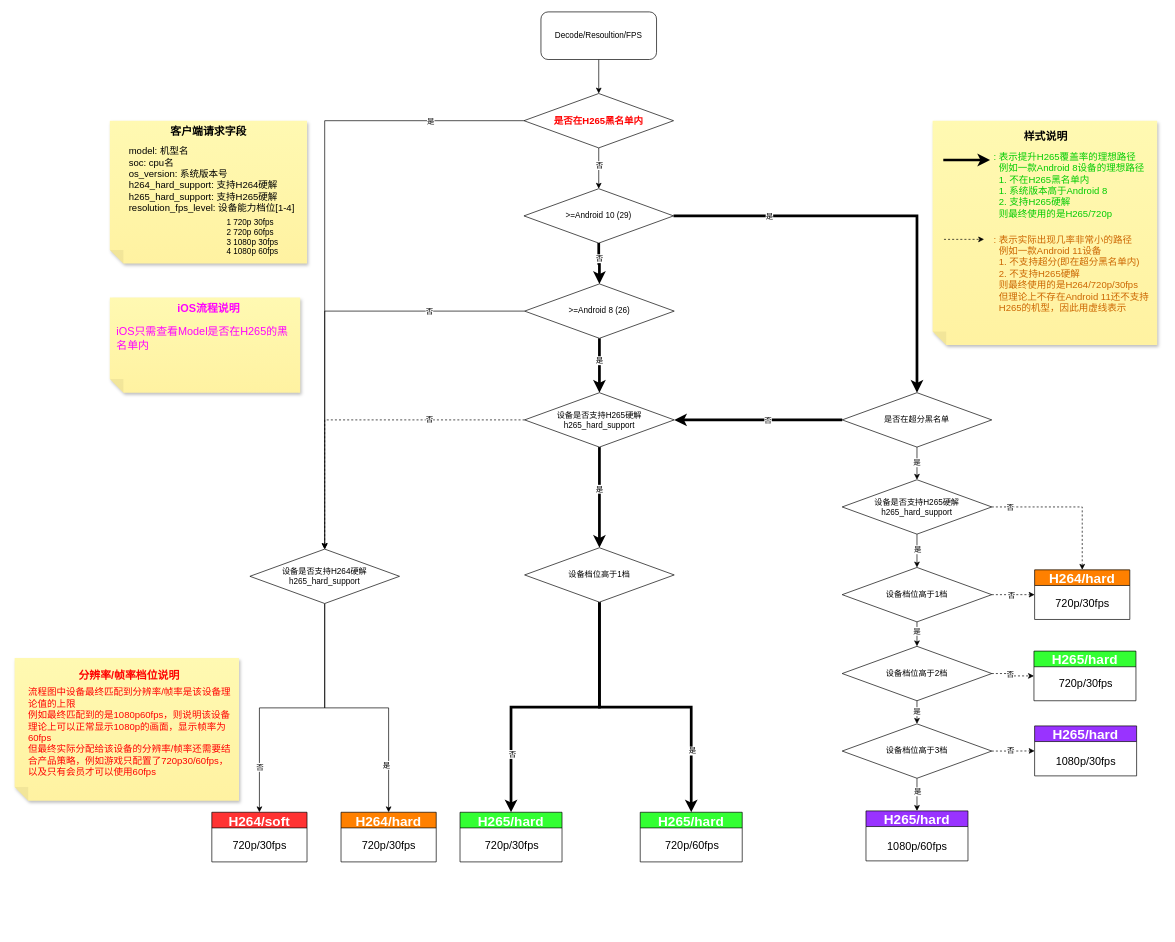
Earlier version of the draw.io diagram H265判断流程.drawio (Eveninger/draw.io). Source tidied: cells renumbered, new cells numbered last; positions are measured from the earlier drawing's top-left corner, leaving out a move shared by most shapes. Both pictures are drawn from the tidied source at 68%, with x=0, y=0 at pixel (14, 12).
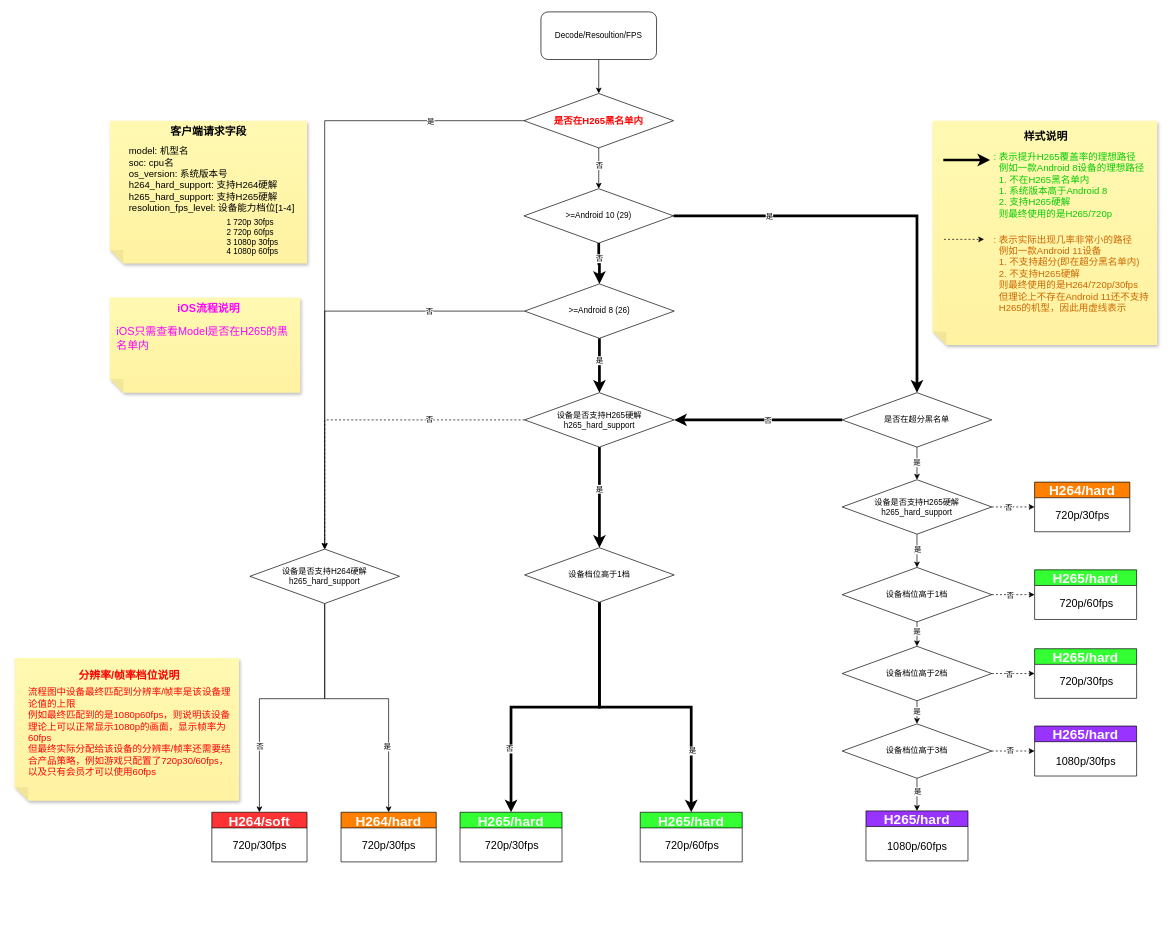
The same diagram, later.

Commit message (it also covers changes not shown here):
更新H265判断流程.drawio

The change refers to these unchanged cells:
```xml
<mxCell id="18" value="设备是否支持H264硬解&lt;br&gt;h265_hard_support" style="rhombus;whiteSpace=wrap;html=1;" parent="1" vertex="1">
  <mxGeometry x="346" y="790" width="220" height="80" as="geometry" />
</mxCell>
<mxCell id="29" value="&lt;font style=&quot;font-size: 20px;&quot;&gt;H264/soft&lt;/font&gt;" style="swimlane;whiteSpace=wrap;html=1;fillColor=#FF3333;startSize=23;fontSize=20;fontColor=#FFFFFF;" parent="1" vertex="1">
  <mxGeometry x="290" y="1177" width="140" height="73" as="geometry" />
</mxCell>
<mxCell id="33" value="&lt;font style=&quot;font-size: 20px;&quot;&gt;H264/hard&lt;/font&gt;" style="swimlane;whiteSpace=wrap;html=1;fillColor=#FF8000;startSize=23;fontSize=20;fontColor=#FFFFFF;" parent="1" vertex="1">
  <mxGeometry x="480" y="1177" width="140" height="73" as="geometry" />
</mxCell>
<mxCell id="44" style="edgeStyle=orthogonalEdgeStyle;rounded=0;jettySize=auto;html=1;strokeWidth=4;" parent="1" edge="1" source="48" target="31">
  <mxGeometry relative="1" as="geometry" />
</mxCell>
<mxCell id="58" style="edgeStyle=orthogonalEdgeStyle;rounded=0;jettySize=auto;html=1;dashed=1;" parent="1" edge="1" source="60" target="66">
  <mxGeometry relative="1" as="geometry" />
</mxCell>
<mxCell id="65" value="设备档位高于1档" style="rhombus;whiteSpace=wrap;html=1;" parent="1" vertex="1">
  <mxGeometry x="1217" y="817" width="220" height="80" as="geometry" />
</mxCell>
```

What changed in the source:
```diff
@@
     <mxCell id="14" style="edgeStyle=orthogonalEdgeStyle;rounded=0;jettySize=auto;html=1;" parent="1" edge="1" source="18" target="29">
-      <mxGeometry relative="1" as="geometry" />
+      <mxGeometry relative="1" as="geometry">
+        <Array as="points">
+          <mxPoint x="456" y="1010" />
+          <mxPoint x="360" y="1010" />
+        </Array>
+      </mxGeometry>
     </mxCell>
     <mxCell id="15" value="否" style="edgeLabel;html=1;align=center;verticalAlign=middle;" parent="14" vertex="1">
       <mxGeometry x="0.58" y="1" relative="1" as="geometry">
-        <mxPoint x="-1" y="18" as="offset" />
+        <mxPoint x="-1" y="-13" as="offset" />
       </mxGeometry>
     </mxCell>
     <mxCell id="16" style="edgeStyle=orthogonalEdgeStyle;rounded=0;jettySize=auto;html=1;" parent="1" edge="1" source="18" target="33">
-      <mxGeometry relative="1" as="geometry" />
+      <mxGeometry relative="1" as="geometry">
+        <Array as="points">
+          <mxPoint x="456" y="1010" />
+          <mxPoint x="550" y="1010" />
+        </Array>
+      </mxGeometry>
     </mxCell>
     <mxCell id="17" value="是" style="edgeLabel;html=1;align=center;verticalAlign=middle;" parent="16" vertex="1">
       <mxGeometry x="-0.09" y="1" relative="1" as="geometry">
-        <mxPoint x="62" y="85" as="offset" />
+        <mxPoint x="49" y="71" as="offset" />
       </mxGeometry>
     </mxCell>
@@
     <mxCell id="45" value="否" style="edgeLabel;html=1;align=center;verticalAlign=middle;" parent="44" vertex="1">
-      <mxGeometry x="0.61" y="1" relative="1" as="geometry" />
+      <mxGeometry x="0.61" y="1" relative="1" as="geometry">
+        <mxPoint x="-4" y="-8" as="offset" />
+      </mxGeometry>
     </mxCell>
@@
     <mxCell id="59" value="否" style="edgeLabel;html=1;align=center;verticalAlign=middle;" parent="58" vertex="1">
-      <mxGeometry x="-0.77" relative="1" as="geometry" />
+      <mxGeometry x="-0.77" relative="1" as="geometry">
+        <mxPoint x="17" as="offset" />
+      </mxGeometry>
     </mxCell>
@@
-    <mxCell id="61" style="edgeStyle=orthogonalEdgeStyle;rounded=0;jettySize=auto;html=1;dashed=1;" parent="1" edge="1" source="65" target="66">
-      <mxGeometry relative="1" as="geometry" />
-    </mxCell>
-    <mxCell id="62" value="否" style="edgeLabel;html=1;align=center;verticalAlign=middle;" parent="61" vertex="1">
-      <mxGeometry x="-0.63" relative="1" as="geometry">
-        <mxPoint x="16" as="offset" />
-      </mxGeometry>
-    </mxCell>
@@
+    <mxCell id="95" style="edgeStyle=orthogonalEdgeStyle;rounded=0;jettySize=auto;html=1;dashed=1;" parent="1" edge="1" source="65" target="96">
+      <mxGeometry relative="1" as="geometry" />
+    </mxCell>
+    <mxCell id="62" value="否" style="edgeLabel;html=1;align=center;verticalAlign=middle;" parent="95" vertex="1">
+      <mxGeometry x="-0.15" y="-2" relative="1" as="geometry">
+        <mxPoint x="-1" y="-1" as="offset" />
+      </mxGeometry>
+    </mxCell>
@@
     <mxCell id="66" value="&lt;font style=&quot;font-size: 20px;&quot;&gt;H264/hard&lt;/font&gt;" style="swimlane;whiteSpace=wrap;html=1;fillColor=#FF8000;startSize=23;fontSize=20;fontColor=#FFFFFF;" parent="1" vertex="1">
-      <mxGeometry x="1500" y="820.5" width="140" height="73" as="geometry" />
+      <mxGeometry x="1500" y="691.5" width="140" height="73" as="geometry" />
     </mxCell>
@@
     <mxCell id="73" value="&lt;font style=&quot;font-size: 20px;&quot;&gt;H265/hard&lt;/font&gt;" style="swimlane;whiteSpace=wrap;html=1;fillColor=#33FF33;startSize=23;fontSize=20;fontColor=#FFFFFF;" parent="1" vertex="1">
-      <mxGeometry x="1499" y="940" width="150" height="73" as="geometry" />
+      <mxGeometry x="1500" y="936.5" width="150" height="73" as="geometry" />
     </mxCell>
@@
     <mxCell id="80" value="&lt;font style=&quot;font-size: 20px;&quot;&gt;H265/hard&lt;/font&gt;" style="swimlane;whiteSpace=wrap;html=1;fillColor=#9933FF;startSize=23;fontSize=20;fontColor=#FFFFFF;" parent="1" vertex="1">
-      <mxGeometry x="1500" y="1050" width="150" height="73.5" as="geometry" />
+      <mxGeometry x="1500" y="1050.2" width="150" height="73.5" as="geometry" />
     </mxCell>
@@
+    <mxCell id="96" value="&lt;font style=&quot;font-size: 20px;&quot;&gt;H265/hard&lt;/font&gt;" style="swimlane;whiteSpace=wrap;html=1;fillColor=#33FF33;startSize=23;fontSize=20;fontColor=#FFFFFF;" parent="1" vertex="1">
+      <mxGeometry x="1500" y="820.5" width="150" height="73" as="geometry" />
+    </mxCell>
+    <mxCell id="97" value="&lt;span style=&quot;font-size: 16px;&quot;&gt;720p/60fps&lt;/span&gt;" style="text;html=1;align=center;verticalAlign=middle;strokeColor=none;fillColor=none;" parent="96" vertex="1">
+      <mxGeometry x="26" y="33" width="100" height="30" as="geometry" />
+    </mxCell>
```
